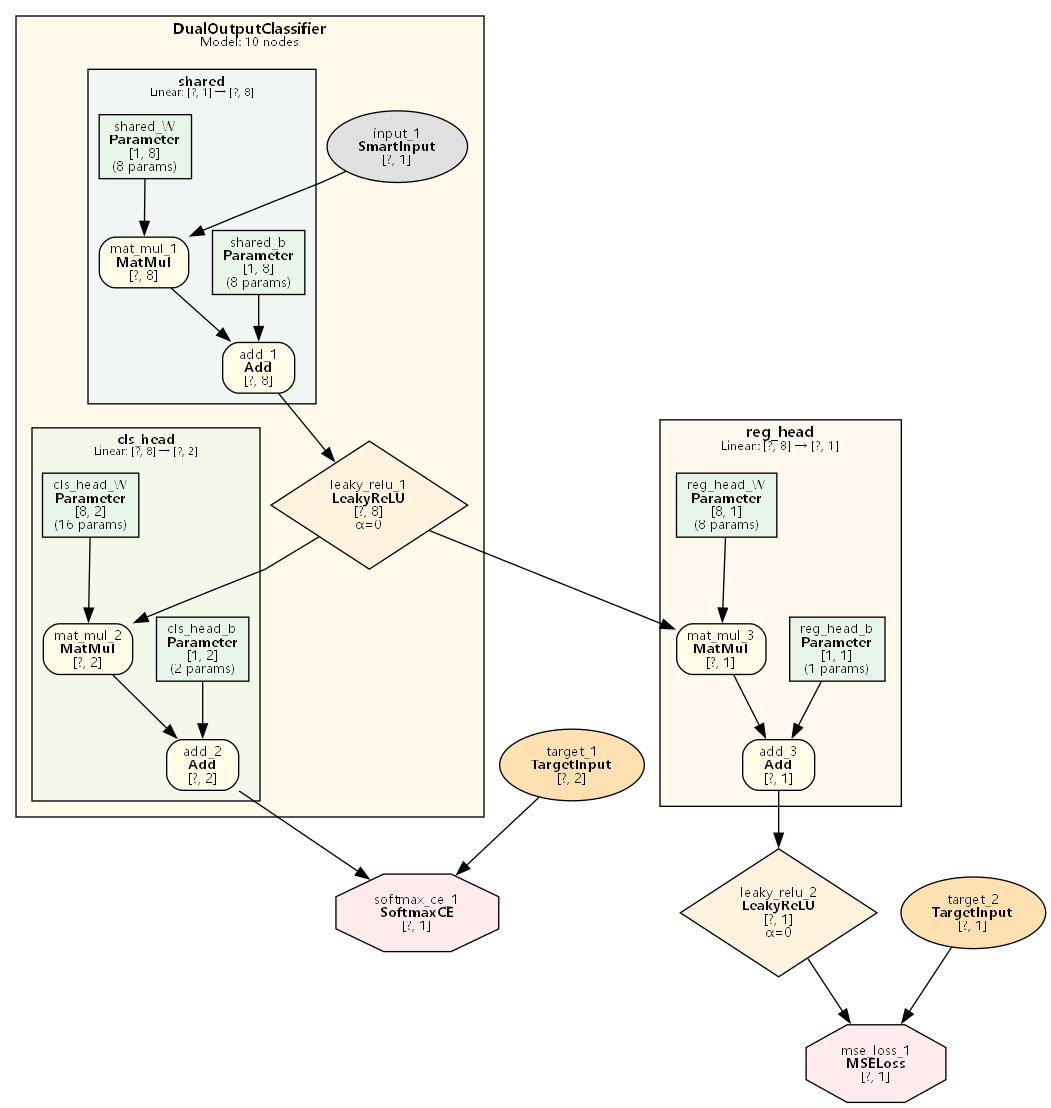
The Graphviz diagram examples/dual_output_classify/dual_output_classify.png in dbsxdbsx/only_torch, before a commit. Its source is kept beside it as examples/dual_output_classify/dual_output_classify.dot. Its diagram source:
```dot
digraph Model {
    rankdir=TB;
    newrank=true;
    splines=polyline;
    node [fontname="Microsoft YaHei,SimHei,Arial"];
    edge [fontname="Microsoft YaHei,SimHei,Arial"];

    subgraph cluster_DualOutputClassifier {
        label=<<B>DualOutputClassifier</B><BR/><FONT POINT-SIZE="9">Model: 10 nodes</FONT>>;
        style=filled;
        fillcolor="#FFECB340";
        fontname="Microsoft YaHei,SimHei,Arial";
        fontsize=11;
        margin=12;
        subgraph cluster_DualOutputClassifier_shared {
            label=<<B>shared</B><BR/><FONT POINT-SIZE="8">Linear: [?, 1] → [?, 8]</FONT>>;
            style=filled;
            fillcolor="#E3F2FD80";
            fontname="Microsoft YaHei,SimHei,Arial";
            fontsize=10;
            margin=8;
            "1" [label=<shared_W<BR/><B>Parameter</B><BR/>[1, 8]<BR/>(8 params)> shape=box style=filled fillcolor="#E8F5E9" fontsize=10];
            "2" [label=<shared_b<BR/><B>Parameter</B><BR/>[1, 8]<BR/>(8 params)> shape=box style=filled fillcolor="#E8F5E9" fontsize=10];
            "8" [label=<mat_mul_1<BR/><B>MatMul</B><BR/>[?, 8]> shape=box style="filled,rounded" fillcolor="#FFFDE7" fontsize=10];
            "9" [label=<add_1<BR/><B>Add</B><BR/>[?, 8]> shape=box style="filled,rounded" fillcolor="#FFFDE7" fontsize=10];
        }
        subgraph cluster_DualOutputClassifier_cls_head {
            label=<<B>cls_head</B><BR/><FONT POINT-SIZE="8">Linear: [?, 8] → [?, 2]</FONT>>;
            style=filled;
            fillcolor="#E8F5E980";
            fontname="Microsoft YaHei,SimHei,Arial";
            fontsize=10;
            margin=8;
            "3" [label=<cls_head_W<BR/><B>Parameter</B><BR/>[8, 2]<BR/>(16 params)> shape=box style=filled fillcolor="#E8F5E9" fontsize=10];
            "4" [label=<cls_head_b<BR/><B>Parameter</B><BR/>[1, 2]<BR/>(2 params)> shape=box style=filled fillcolor="#E8F5E9" fontsize=10];
            "11" [label=<mat_mul_2<BR/><B>MatMul</B><BR/>[?, 2]> shape=box style="filled,rounded" fillcolor="#FFFDE7" fontsize=10];
            "12" [label=<add_2<BR/><B>Add</B><BR/>[?, 2]> shape=box style="filled,rounded" fillcolor="#FFFDE7" fontsize=10];
        }
            "7" [label=<input_1<BR/><B>SmartInput</B><BR/>[?, 1]> shape=ellipse style=filled fillcolor="#E0E0E0" fontsize=10];
            "10" [label=<leaky_relu_1<BR/><B>LeakyReLU</B><BR/>[?, 8]<BR/>α=0> shape=diamond style=filled fillcolor="#FFF3E0" fontsize=10];
    }

    subgraph cluster_reg_head {
        label=<<B>reg_head</B><BR/><FONT POINT-SIZE="9">Linear: [?, 8] → [?, 1]</FONT>>;
        style=filled;
        fillcolor="#FFF3E080";
        fontname="Microsoft YaHei,SimHei,Arial";
        fontsize=11;
        margin=12;
            "5" [label=<reg_head_W<BR/><B>Parameter</B><BR/>[8, 1]<BR/>(8 params)> shape=box style=filled fillcolor="#E8F5E9" fontsize=10];
            "6" [label=<reg_head_b<BR/><B>Parameter</B><BR/>[1, 1]<BR/>(1 params)> shape=box style=filled fillcolor="#E8F5E9" fontsize=10];
            "13" [label=<mat_mul_3<BR/><B>MatMul</B><BR/>[?, 1]> shape=box style="filled,rounded" fillcolor="#FFFDE7" fontsize=10];
            "14" [label=<add_3<BR/><B>Add</B><BR/>[?, 1]> shape=box style="filled,rounded" fillcolor="#FFFDE7" fontsize=10];
    }

    "15" [label=<leaky_relu_2<BR/><B>LeakyReLU</B><BR/>[?, 1]<BR/>α=0> shape=diamond style=filled fillcolor="#FFF3E0" fontsize=10];
    "16" [label=<target_1<BR/><B>TargetInput</B><BR/>[?, 2]> shape=ellipse style=filled fillcolor="#FFE0B2" fontsize=10];
    "17" [label=<softmax_ce_1<BR/><B>SoftmaxCE</B><BR/>[?, 1]> shape=octagon style=filled fillcolor="#FFEBEE" fontsize=10];
    "18" [label=<target_2<BR/><B>TargetInput</B><BR/>[?, 1]> shape=ellipse style=filled fillcolor="#FFE0B2" fontsize=10];
    "19" [label=<mse_loss_1<BR/><B>MSELoss</B><BR/>[?, 1]> shape=octagon style=filled fillcolor="#FFEBEE" fontsize=10];

    "7" -> "8";
    "1" -> "8";
    "8" -> "9";
    "2" -> "9";
    "9" -> "10";
    "10" -> "11";
    "3" -> "11";
    "11" -> "12";
    "4" -> "12";
    "10" -> "13";
    "5" -> "13";
    "13" -> "14";
    "6" -> "14";
    "14" -> "15";
    "12" -> "17";
    "16" -> "17";
    "15" -> "19";
    "18" -> "19";
}
```
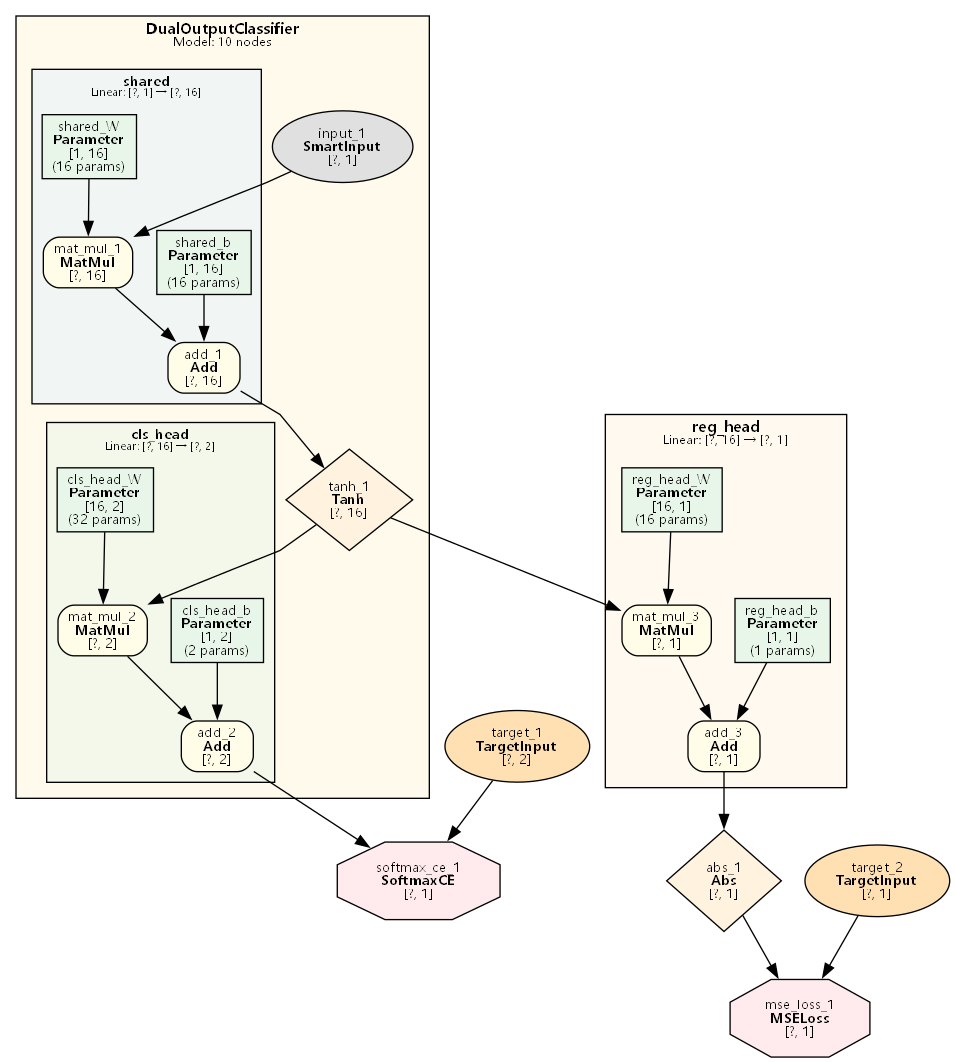
After the commit.

Change to the diagram source:
```diff
@@ -13,47 +13,47 @@
         fontsize=11;
         margin=12;
         subgraph cluster_DualOutputClassifier_shared {
-            label=<<B>shared</B><BR/><FONT POINT-SIZE="8">Linear: [?, 1] → [?, 8]</FONT>>;
+            label=<<B>shared</B><BR/><FONT POINT-SIZE="8">Linear: [?, 1] → [?, 16]</FONT>>;
             style=filled;
             fillcolor="#E3F2FD80";
             fontname="Microsoft YaHei,SimHei,Arial";
             fontsize=10;
             margin=8;
-            "1" [label=<shared_W<BR/><B>Parameter</B><BR/>[1, 8]<BR/>(8 params)> shape=box style=filled fillcolor="#E8F5E9" fontsize=10];
-            "2" [label=<shared_b<BR/><B>Parameter</B><BR/>[1, 8]<BR/>(8 params)> shape=box style=filled fillcolor="#E8F5E9" fontsize=10];
-            "8" [label=<mat_mul_1<BR/><B>MatMul</B><BR/>[?, 8]> shape=box style="filled,rounded" fillcolor="#FFFDE7" fontsize=10];
-            "9" [label=<add_1<BR/><B>Add</B><BR/>[?, 8]> shape=box style="filled,rounded" fillcolor="#FFFDE7" fontsize=10];
+            "1" [label=<shared_W<BR/><B>Parameter</B><BR/>[1, 16]<BR/>(16 params)> shape=box style=filled fillcolor="#E8F5E9" fontsize=10];
+            "2" [label=<shared_b<BR/><B>Parameter</B><BR/>[1, 16]<BR/>(16 params)> shape=box style=filled fillcolor="#E8F5E9" fontsize=10];
+            "8" [label=<mat_mul_1<BR/><B>MatMul</B><BR/>[?, 16]> shape=box style="filled,rounded" fillcolor="#FFFDE7" fontsize=10];
+            "9" [label=<add_1<BR/><B>Add</B><BR/>[?, 16]> shape=box style="filled,rounded" fillcolor="#FFFDE7" fontsize=10];
         }
         subgraph cluster_DualOutputClassifier_cls_head {
-            label=<<B>cls_head</B><BR/><FONT POINT-SIZE="8">Linear: [?, 8] → [?, 2]</FONT>>;
+            label=<<B>cls_head</B><BR/><FONT POINT-SIZE="8">Linear: [?, 16] → [?, 2]</FONT>>;
             style=filled;
             fillcolor="#E8F5E980";
             fontname="Microsoft YaHei,SimHei,Arial";
             fontsize=10;
             margin=8;
-            "3" [label=<cls_head_W<BR/><B>Parameter</B><BR/>[8, 2]<BR/>(16 params)> shape=box style=filled fillcolor="#E8F5E9" fontsize=10];
+            "3" [label=<cls_head_W<BR/><B>Parameter</B><BR/>[16, 2]<BR/>(32 params)> shape=box style=filled fillcolor="#E8F5E9" fontsize=10];
             "4" [label=<cls_head_b<BR/><B>Parameter</B><BR/>[1, 2]<BR/>(2 params)> shape=box style=filled fillcolor="#E8F5E9" fontsize=10];
             "11" [label=<mat_mul_2<BR/><B>MatMul</B><BR/>[?, 2]> shape=box style="filled,rounded" fillcolor="#FFFDE7" fontsize=10];
             "12" [label=<add_2<BR/><B>Add</B><BR/>[?, 2]> shape=box style="filled,rounded" fillcolor="#FFFDE7" fontsize=10];
         }
             "7" [label=<input_1<BR/><B>SmartInput</B><BR/>[?, 1]> shape=ellipse style=filled fillcolor="#E0E0E0" fontsize=10];
-            "10" [label=<leaky_relu_1<BR/><B>LeakyReLU</B><BR/>[?, 8]<BR/>α=0> shape=diamond style=filled fillcolor="#FFF3E0" fontsize=10];
+            "10" [label=<tanh_1<BR/><B>Tanh</B><BR/>[?, 16]> shape=diamond style=filled fillcolor="#FFF3E0" fontsize=10];
     }
 
     subgraph cluster_reg_head {
-        label=<<B>reg_head</B><BR/><FONT POINT-SIZE="9">Linear: [?, 8] → [?, 1]</FONT>>;
+        label=<<B>reg_head</B><BR/><FONT POINT-SIZE="9">Linear: [?, 16] → [?, 1]</FONT>>;
         style=filled;
         fillcolor="#FFF3E080";
         fontname="Microsoft YaHei,SimHei,Arial";
         fontsize=11;
         margin=12;
-            "5" [label=<reg_head_W<BR/><B>Parameter</B><BR/>[8, 1]<BR/>(8 params)> shape=box style=filled fillcolor="#E8F5E9" fontsize=10];
+            "5" [label=<reg_head_W<BR/><B>Parameter</B><BR/>[16, 1]<BR/>(16 params)> shape=box style=filled fillcolor="#E8F5E9" fontsize=10];
             "6" [label=<reg_head_b<BR/><B>Parameter</B><BR/>[1, 1]<BR/>(1 params)> shape=box style=filled fillcolor="#E8F5E9" fontsize=10];
             "13" [label=<mat_mul_3<BR/><B>MatMul</B><BR/>[?, 1]> shape=box style="filled,rounded" fillcolor="#FFFDE7" fontsize=10];
             "14" [label=<add_3<BR/><B>Add</B><BR/>[?, 1]> shape=box style="filled,rounded" fillcolor="#FFFDE7" fontsize=10];
     }
 
-    "15" [label=<leaky_relu_2<BR/><B>LeakyReLU</B><BR/>[?, 1]<BR/>α=0> shape=diamond style=filled fillcolor="#FFF3E0" fontsize=10];
+    "15" [label=<abs_1<BR/><B>Abs</B><BR/>[?, 1]> shape=diamond style=filled fillcolor="#FFF3E0" fontsize=10];
     "16" [label=<target_1<BR/><B>TargetInput</B><BR/>[?, 2]> shape=ellipse style=filled fillcolor="#FFE0B2" fontsize=10];
     "17" [label=<softmax_ce_1<BR/><B>SoftmaxCE</B><BR/>[?, 1]> shape=octagon style=filled fillcolor="#FFEBEE" fontsize=10];
     "18" [label=<target_2<BR/><B>TargetInput</B><BR/>[?, 1]> shape=ellipse style=filled fillcolor="#FFE0B2" fontsize=10];
```
